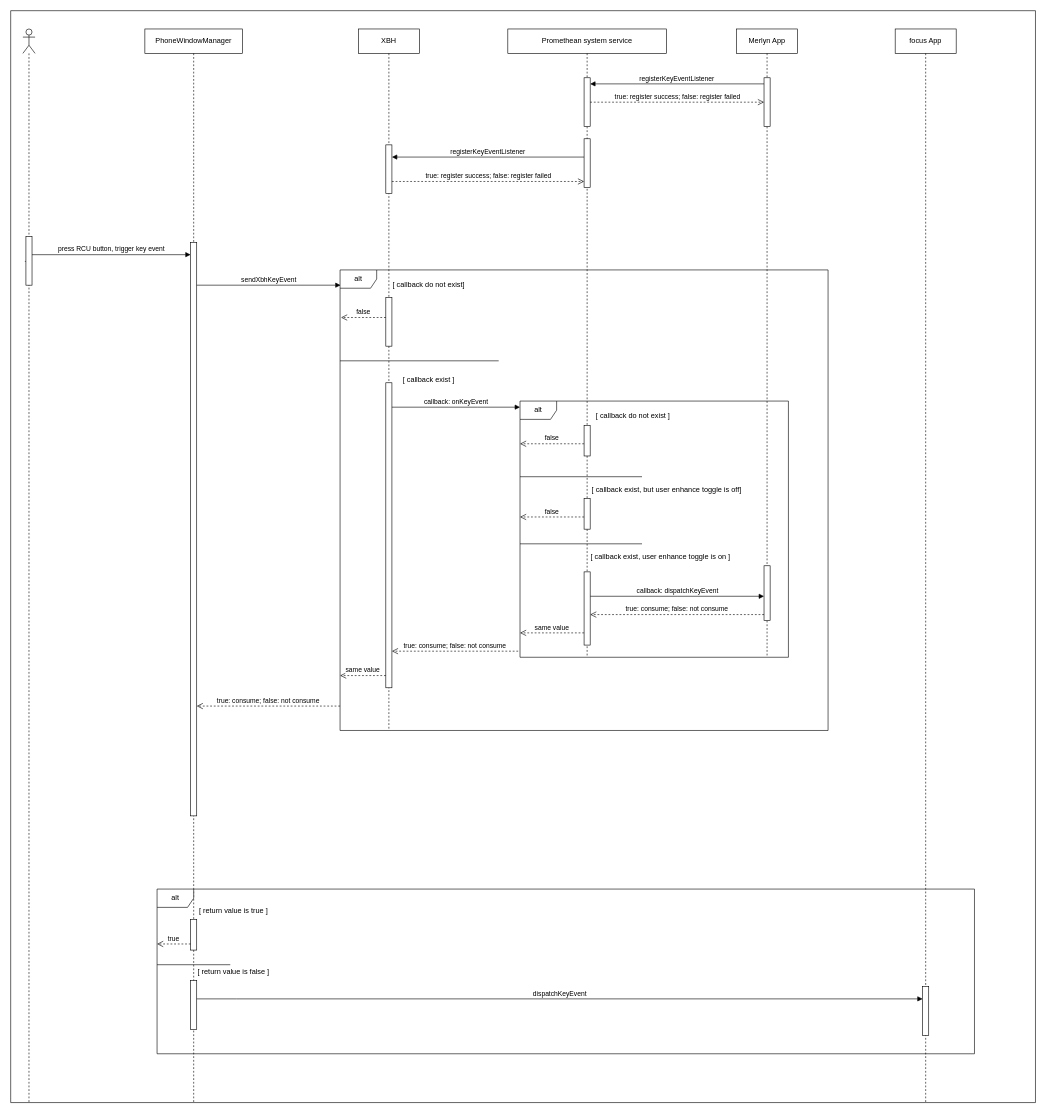
Earlier version of the draw.io diagram prometheanworld_RCU.drawio (windboat/draw.io). Source tidied: cells renumbered, new cells numbered last; positions are measured from the earlier drawing's top-left corner, leaving out a move shared by most shapes. Both pictures are drawn from the tidied source at 61%, with x=0, y=0 at pixel (10, 10).
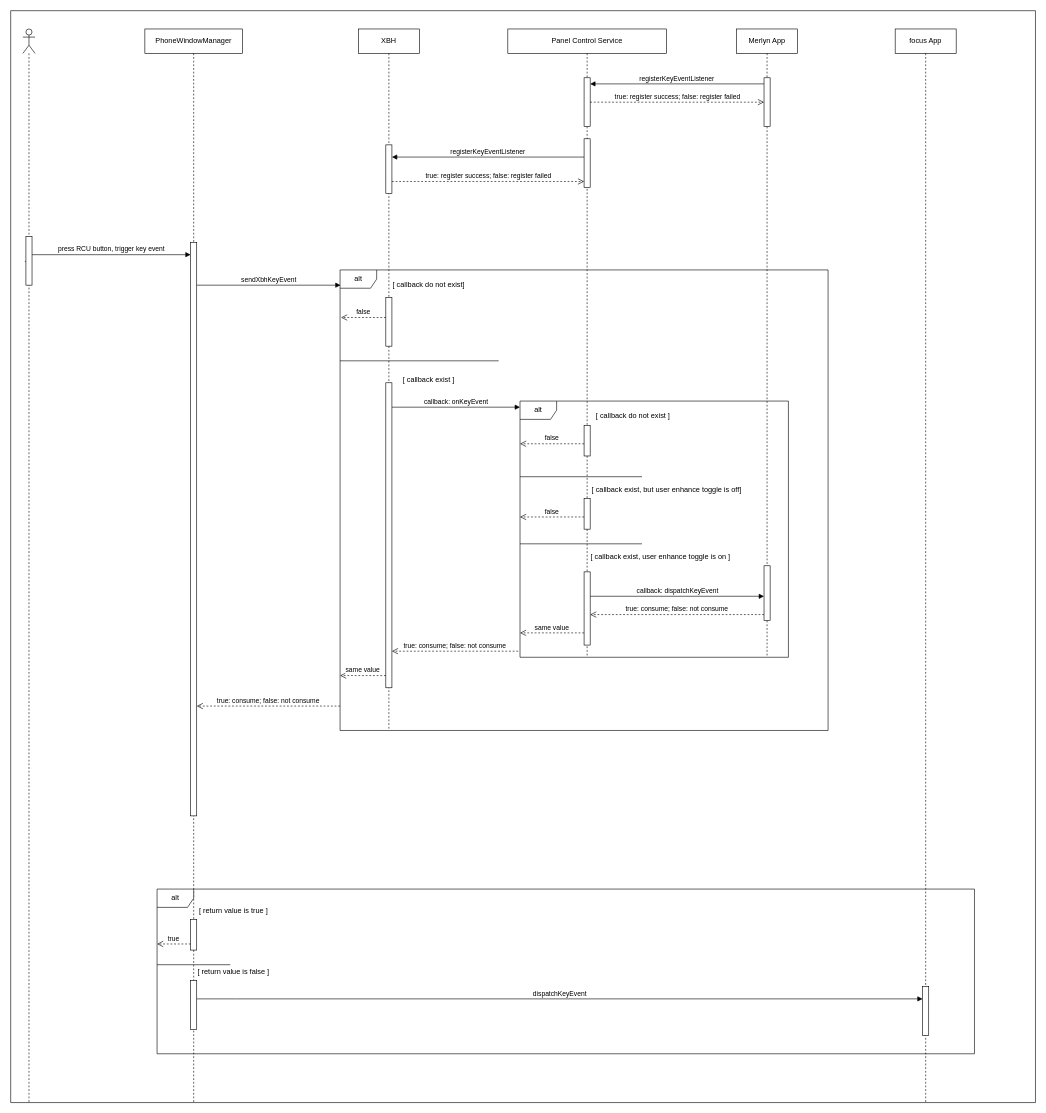
The same page after the edit.

Unchanged cells that the change refers to:
```xml
<mxCell id="4" style="swimlane;startSize=0;fillStyle=auto;strokeColor=default;gradientColor=default;" parent="1" vertex="1">
  <mxGeometry width="1680" height="1790" as="geometry" />
</mxCell>
```

Diff of the diagram source:
```diff
@@
-    <mxCell id="19" value="Promethean system service" style="shape=umlLifeline;perimeter=lifelinePerimeter;whiteSpace=wrap;html=1;newEdgeStyle={&quot;edgeStyle&quot;:&quot;elbowEdgeStyle&quot;,&quot;elbow&quot;:&quot;vertical&quot;,&quot;curved&quot;:0,&quot;rounded&quot;:0};" parent="4" vertex="1">
+    <mxCell id="19" value="Panel Control Service" style="shape=umlLifeline;perimeter=lifelinePerimeter;whiteSpace=wrap;html=1;newEdgeStyle={&quot;edgeStyle&quot;:&quot;elbowEdgeStyle&quot;,&quot;elbow&quot;:&quot;vertical&quot;,&quot;curved&quot;:0,&quot;rounded&quot;:0};" parent="4" vertex="1">
       <mxGeometry x="815" y="30" width="260" height="1030" as="geometry" />
     </mxCell>
```
